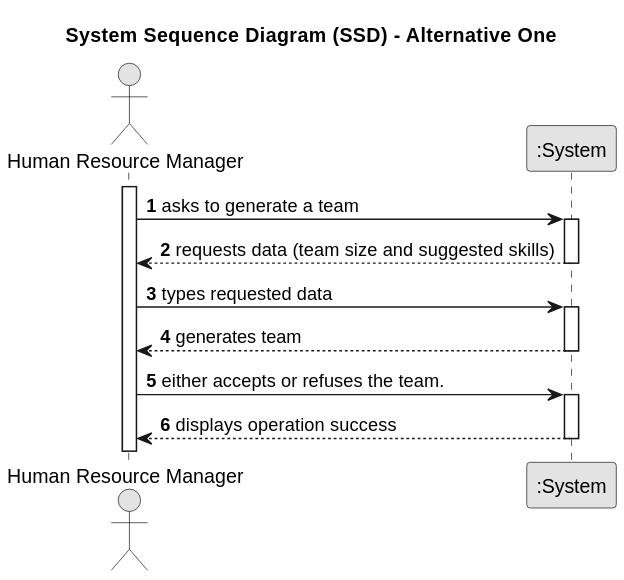
tiagosoa/lei-24-s2-1dgh-g073 keeps this PlantUML diagram as docs/sprint3/us005/01.requirements-engineering/svg/us005-system-sequence-diagram-alternative-one.svg. Above is the earlier version.
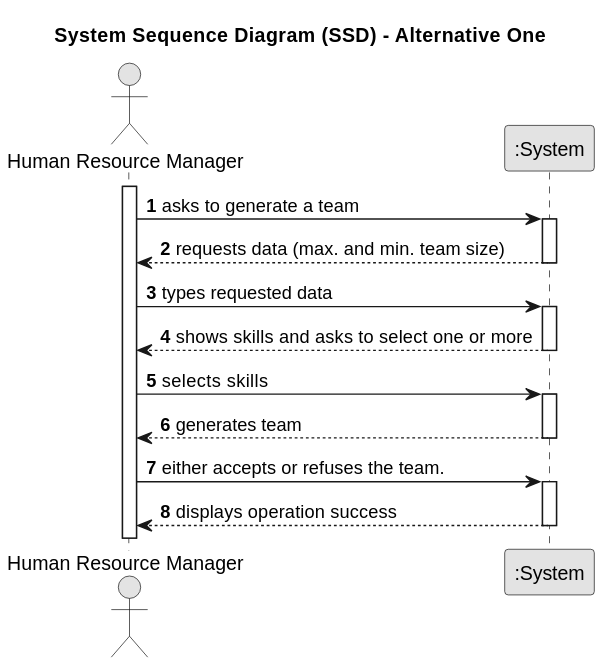
After the change.

What changed in the source:
```diff
@@ -15,11 +15,17 @@
     Employee -> System : asks to generate a team
     activate System
 
-        System --> Employee : requests data (team size and suggested skills)
+        System --> Employee : requests data (max. and min. team size)
     deactivate System
 
     Employee -> System : types requested data
     activate System
+
+            System --> Employee : shows skills and asks to select one or more
+        deactivate System
+
+        Employee -> System : selects skills
+        activate System
 
         System --> Employee : generates team
     deactivate System
```
